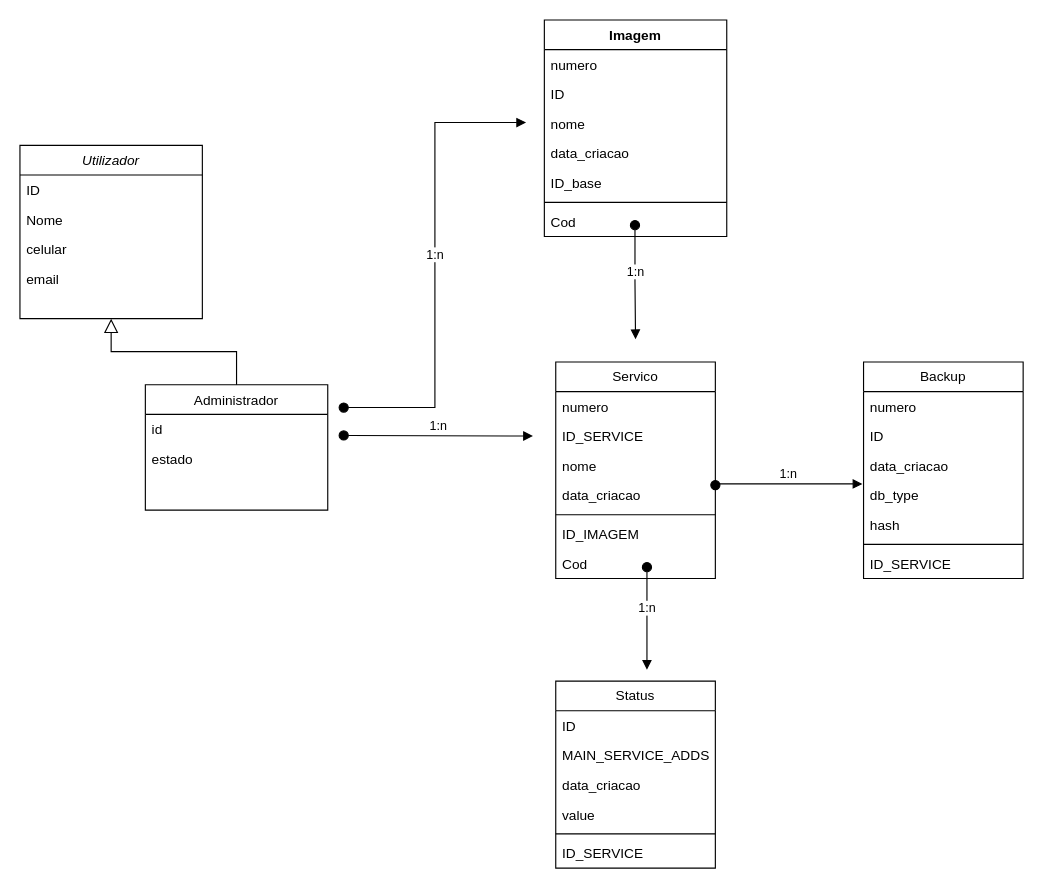
The draw.io diagram TRABALHO_TORICO/Diagramas/diagramaEntidades.drawio in magiccode4Dim/Desaster-Recover-System, before the edit. Source tidied: cells renumbered, new cells numbered last; positions are measured from the earlier drawing's top-left corner, leaving out a move shared by most shapes. Both pictures are drawn from the tidied source at 114%, with x=0, y=0 at pixel (19, 19).
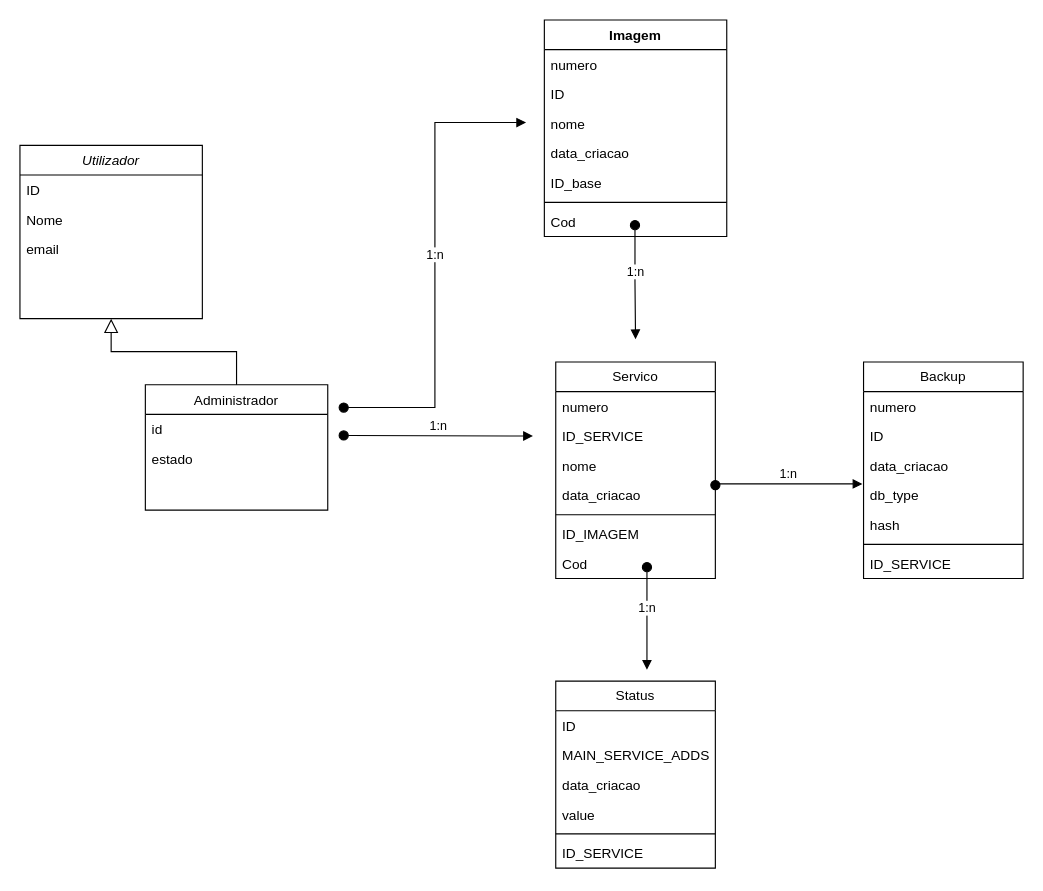
The same page after the edit.

The change refers to these unchanged cells:
```xml
<mxCell id="2" value="Utilizador" style="swimlane;fontStyle=2;align=center;verticalAlign=top;horizontal=1;startSize=26;rounded=0;shadow=0;strokeWidth=1;" parent="1" vertex="1">
  <mxGeometry y="110" width="160" height="152" as="geometry" />
</mxCell>
```

Diff of the diagram source:
```diff
@@
-    <mxCell id="5" value="celular" style="text;align=left;verticalAlign=top;spacingLeft=4;spacingRight=4;overflow=hidden;rounded=0;shadow=0;html=0;" parent="2" vertex="1">
-      <mxGeometry y="78" width="160" height="26" as="geometry" />
-    </mxCell>
     <mxCell id="6" value="email" style="text;align=left;verticalAlign=top;spacingLeft=4;spacingRight=4;overflow=hidden;rounded=0;shadow=0;html=0;" parent="2" vertex="1">
-      <mxGeometry y="104" width="160" height="26" as="geometry" />
+      <mxGeometry y="78" width="160" height="26" as="geometry" />
     </mxCell>
```
